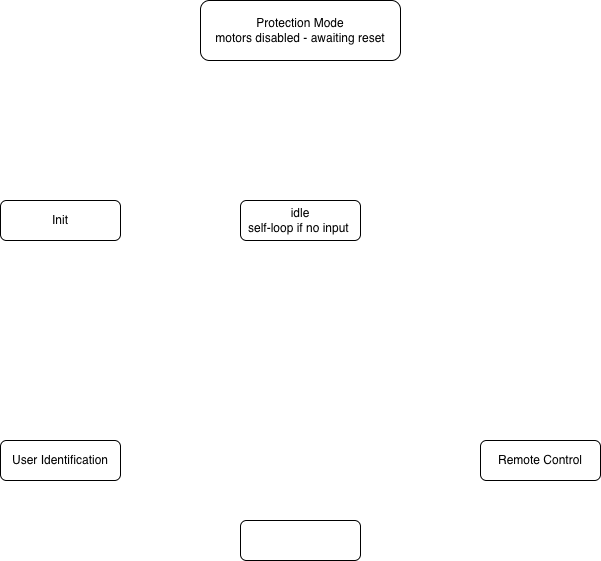
This is flowcharts/state_transition_new.drawio.png from bryanli-ucl/AIPS, a draw.io export, as it was before one commit. Source tidied: cells renumbered, new cells last; positions are measured from the earlier drawing's top-left corner, leaving out a move shared by most shapes. Source of this version:
```xml
<mxGraphModel>
  <root>
    <mxCell id="0" />
    <mxCell id="1" parent="0" />
    <mxCell id="2" value="Protection Mode&lt;div&gt;motors disabled - awaiting reset&lt;/div&gt;" style="rounded=1;whiteSpace=wrap;html=1;" parent="1" vertex="1">
      <mxGeometry x="200" width="200" height="60" as="geometry" />
    </mxCell>
    <mxCell id="3" value="idle&lt;br&gt;self-loop if no input&amp;nbsp;" style="rounded=1;whiteSpace=wrap;html=1;" parent="1" vertex="1">
      <mxGeometry x="240" y="200" width="120" height="40" as="geometry" />
    </mxCell>
    <mxCell id="4" value="Init" style="rounded=1;whiteSpace=wrap;html=1;" parent="1" vertex="1">
      <mxGeometry y="200" width="120" height="40" as="geometry" />
    </mxCell>
    <mxCell id="5" value="User Identification" style="rounded=1;whiteSpace=wrap;html=1;" parent="1" vertex="1">
      <mxGeometry y="440" width="120" height="40" as="geometry" />
    </mxCell>
    <mxCell id="6" value="Remote Control" style="rounded=1;whiteSpace=wrap;html=1;" parent="1" vertex="1">
      <mxGeometry x="480" y="440" width="120" height="40" as="geometry" />
    </mxCell>
    <mxCell id="7" style="rounded=1;whiteSpace=wrap;html=1;" parent="1" vertex="1">
      <mxGeometry x="240" y="520" width="120" height="40" as="geometry" />
    </mxCell>
  </root>
</mxGraphModel>
```
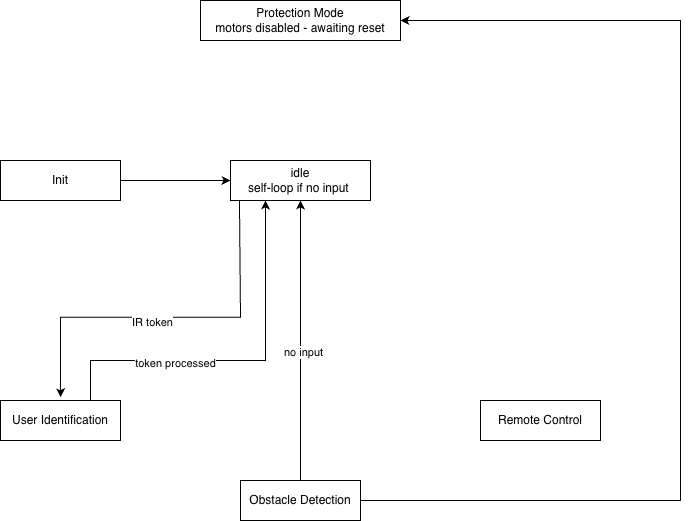
The same file after the commit.

Diff of the diagram source:
```diff
@@ -2,23 +2,64 @@
   <root>
     <mxCell id="0" />
     <mxCell id="1" parent="0" />
-    <mxCell id="2" value="Protection Mode&lt;div&gt;motors disabled - awaiting reset&lt;/div&gt;" style="rounded=1;whiteSpace=wrap;html=1;" parent="1" vertex="1">
-      <mxGeometry x="200" width="200" height="60" as="geometry" />
+    <mxCell id="2" value="Protection Mode&lt;div&gt;motors disabled - awaiting reset&lt;/div&gt;" style="rounded=0;whiteSpace=wrap;html=1;" parent="1" vertex="1">
+      <mxGeometry x="200" y="40" width="200" height="40" as="geometry" />
     </mxCell>
-    <mxCell id="3" value="idle&lt;br&gt;self-loop if no input&amp;nbsp;" style="rounded=1;whiteSpace=wrap;html=1;" parent="1" vertex="1">
-      <mxGeometry x="240" y="200" width="120" height="40" as="geometry" />
+    <mxCell id="3" value="idle&lt;br&gt;self-loop if no input&amp;nbsp;" style="rounded=0;whiteSpace=wrap;html=1;" parent="1" vertex="1">
+      <mxGeometry x="230" y="200" width="140" height="40" as="geometry" />
     </mxCell>
+    <mxCell id="8" style="edgeStyle=orthogonalEdgeStyle;rounded=0;jettySize=auto;html=1;exitX=1;exitY=0.5;exitDx=0;exitDy=0;entryX=0;entryY=0.5;entryDx=0;entryDy=0;" parent="1" edge="1" source="4" target="3">
+      <mxGeometry relative="1" as="geometry" />
+    </mxCell>
-    <mxCell id="4" value="Init" style="rounded=1;whiteSpace=wrap;html=1;" parent="1" vertex="1">
+    <mxCell id="4" value="Init" style="rounded=0;whiteSpace=wrap;html=1;" parent="1" vertex="1">
       <mxGeometry y="200" width="120" height="40" as="geometry" />
     </mxCell>
-    <mxCell id="5" value="User Identification" style="rounded=1;whiteSpace=wrap;html=1;" parent="1" vertex="1">
+    <mxCell id="5" value="User Identification" style="rounded=0;whiteSpace=wrap;html=1;" parent="1" vertex="1">
       <mxGeometry y="440" width="120" height="40" as="geometry" />
     </mxCell>
-    <mxCell id="6" value="Remote Control" style="rounded=1;whiteSpace=wrap;html=1;" parent="1" vertex="1">
+    <mxCell id="6" value="Remote Control" style="rounded=0;whiteSpace=wrap;html=1;" parent="1" vertex="1">
       <mxGeometry x="480" y="440" width="120" height="40" as="geometry" />
     </mxCell>
-    <mxCell id="7" style="rounded=1;whiteSpace=wrap;html=1;" parent="1" vertex="1">
+    <mxCell id="7" value="Obstacle Detection" style="rounded=0;whiteSpace=wrap;html=1;" parent="1" vertex="1">
       <mxGeometry x="240" y="520" width="120" height="40" as="geometry" />
     </mxCell>
+    <mxCell id="9" style="endArrow=classic;html=1;rounded=0;exitX=0.5;exitY=0;exitDx=0;exitDy=0;entryX=0.5;entryY=1;entryDx=0;entryDy=0;" parent="1" edge="1" source="7" target="3">
+      <mxGeometry relative="1" as="geometry" />
+    </mxCell>
+    <mxCell id="10" value="no input" style="edgeLabel;html=1;align=center;verticalAlign=middle;rounded=0;" parent="9" vertex="1">
+      <mxGeometry x="-0.07" y="-1" relative="1" as="geometry" />
+    </mxCell>
+    <mxCell id="11" style="endArrow=classic;html=1;rounded=0;entryX=0.25;entryY=1;entryDx=0;entryDy=0;exitX=0.75;exitY=0;exitDx=0;exitDy=0;" parent="1" edge="1" source="5" target="3">
+      <mxGeometry relative="1" as="geometry">
+        <Array as="points">
+          <mxPoint x="90" y="400" />
+          <mxPoint x="265" y="400" />
+        </Array>
+      </mxGeometry>
+    </mxCell>
+    <mxCell id="12" value="token processed" style="edgeLabel;html=1;align=center;verticalAlign=middle;rounded=0;" parent="11" vertex="1">
+      <mxGeometry x="-0.34" y="-1" relative="1" as="geometry" />
+    </mxCell>
+    <mxCell id="13" style="endArrow=classic;html=1;rounded=0;entryX=0.5;entryY=0;entryDx=0;entryDy=0;exitX=0.064;exitY=1.079;exitDx=0;exitDy=0;exitPerimeter=0;" parent="1" edge="1">
+      <mxGeometry relative="1" as="geometry">
+        <mxPoint x="239" y="240" as="sourcePoint" />
+        <mxPoint x="60" y="436.8" as="targetPoint" />
+        <Array as="points">
+          <mxPoint x="240" y="356.8" />
+          <mxPoint x="60" y="356.8" />
+        </Array>
+      </mxGeometry>
+    </mxCell>
+    <mxCell id="14" value="IR token" style="edgeLabel;html=1;align=center;verticalAlign=middle;rounded=0;" parent="13" vertex="1">
+      <mxGeometry x="0.1" y="3" relative="1" as="geometry" />
+    </mxCell>
+    <mxCell id="15" style="endArrow=classic;html=1;exitX=1;exitY=0.5;exitDx=0;exitDy=0;entryX=1;entryY=0.5;entryDx=0;entryDy=0;rounded=0;" parent="1" edge="1" source="7" target="2">
+      <mxGeometry relative="1" as="geometry">
+        <Array as="points">
+          <mxPoint x="680" y="540" />
+          <mxPoint x="680" y="60" />
+        </Array>
+      </mxGeometry>
+    </mxCell>
   </root>
 </mxGraphModel>
```
